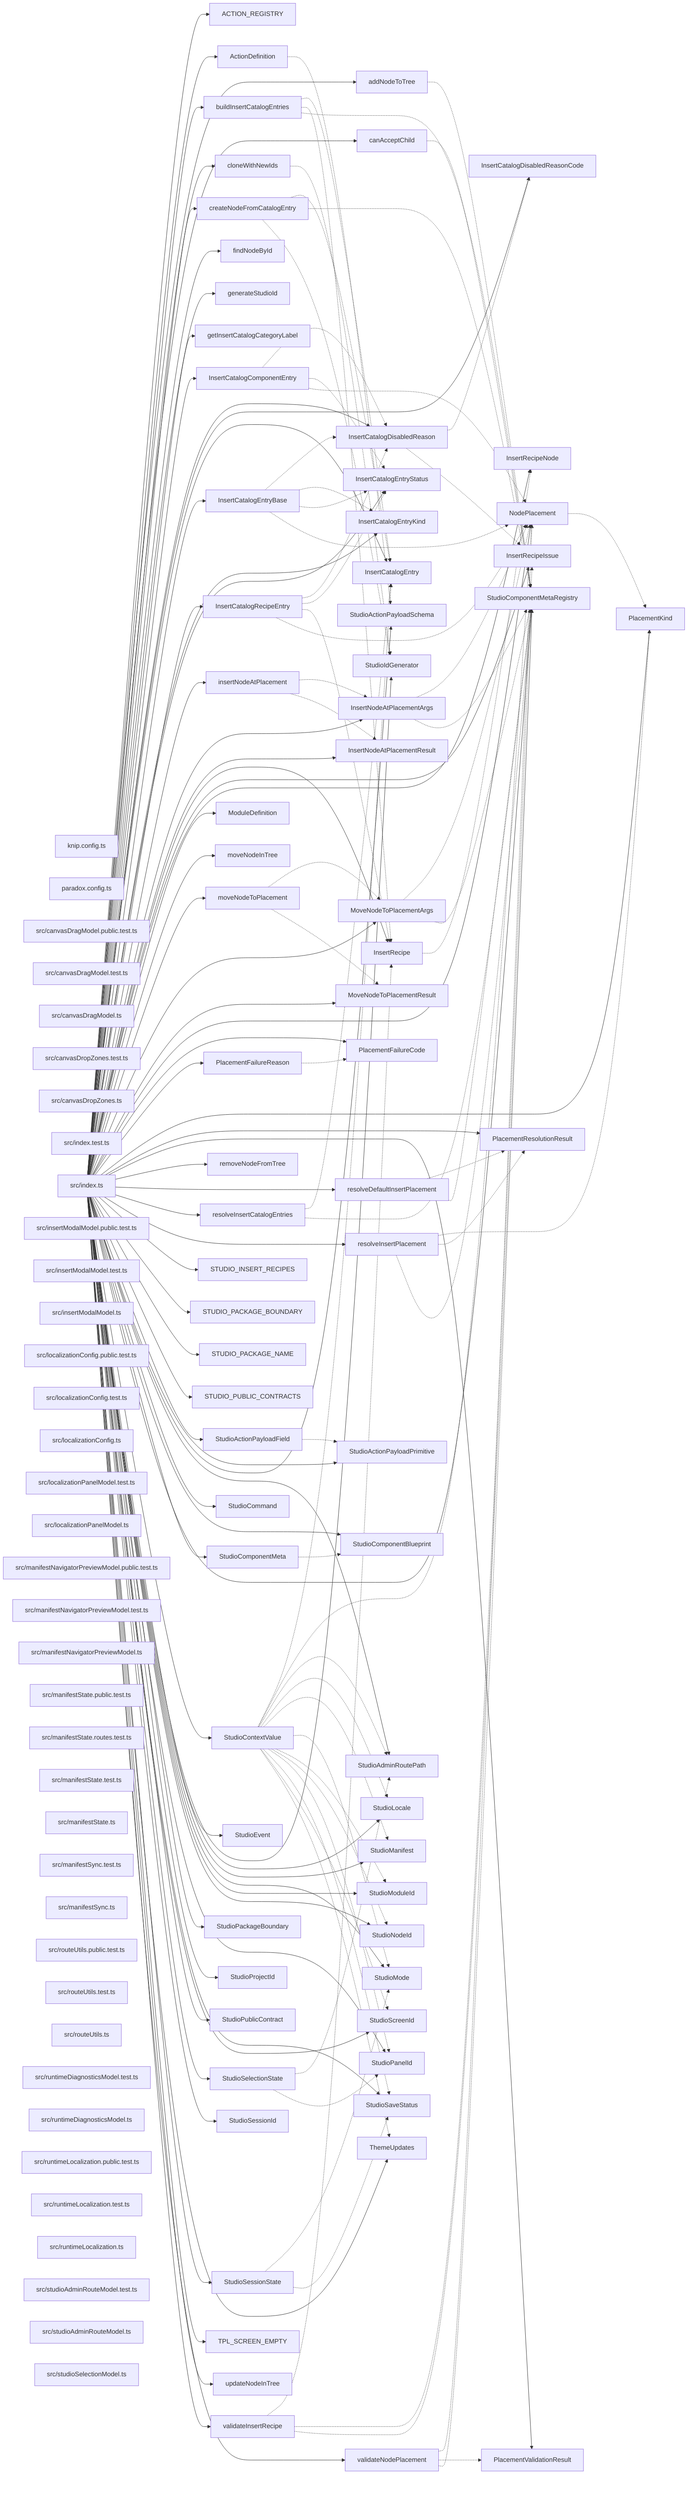
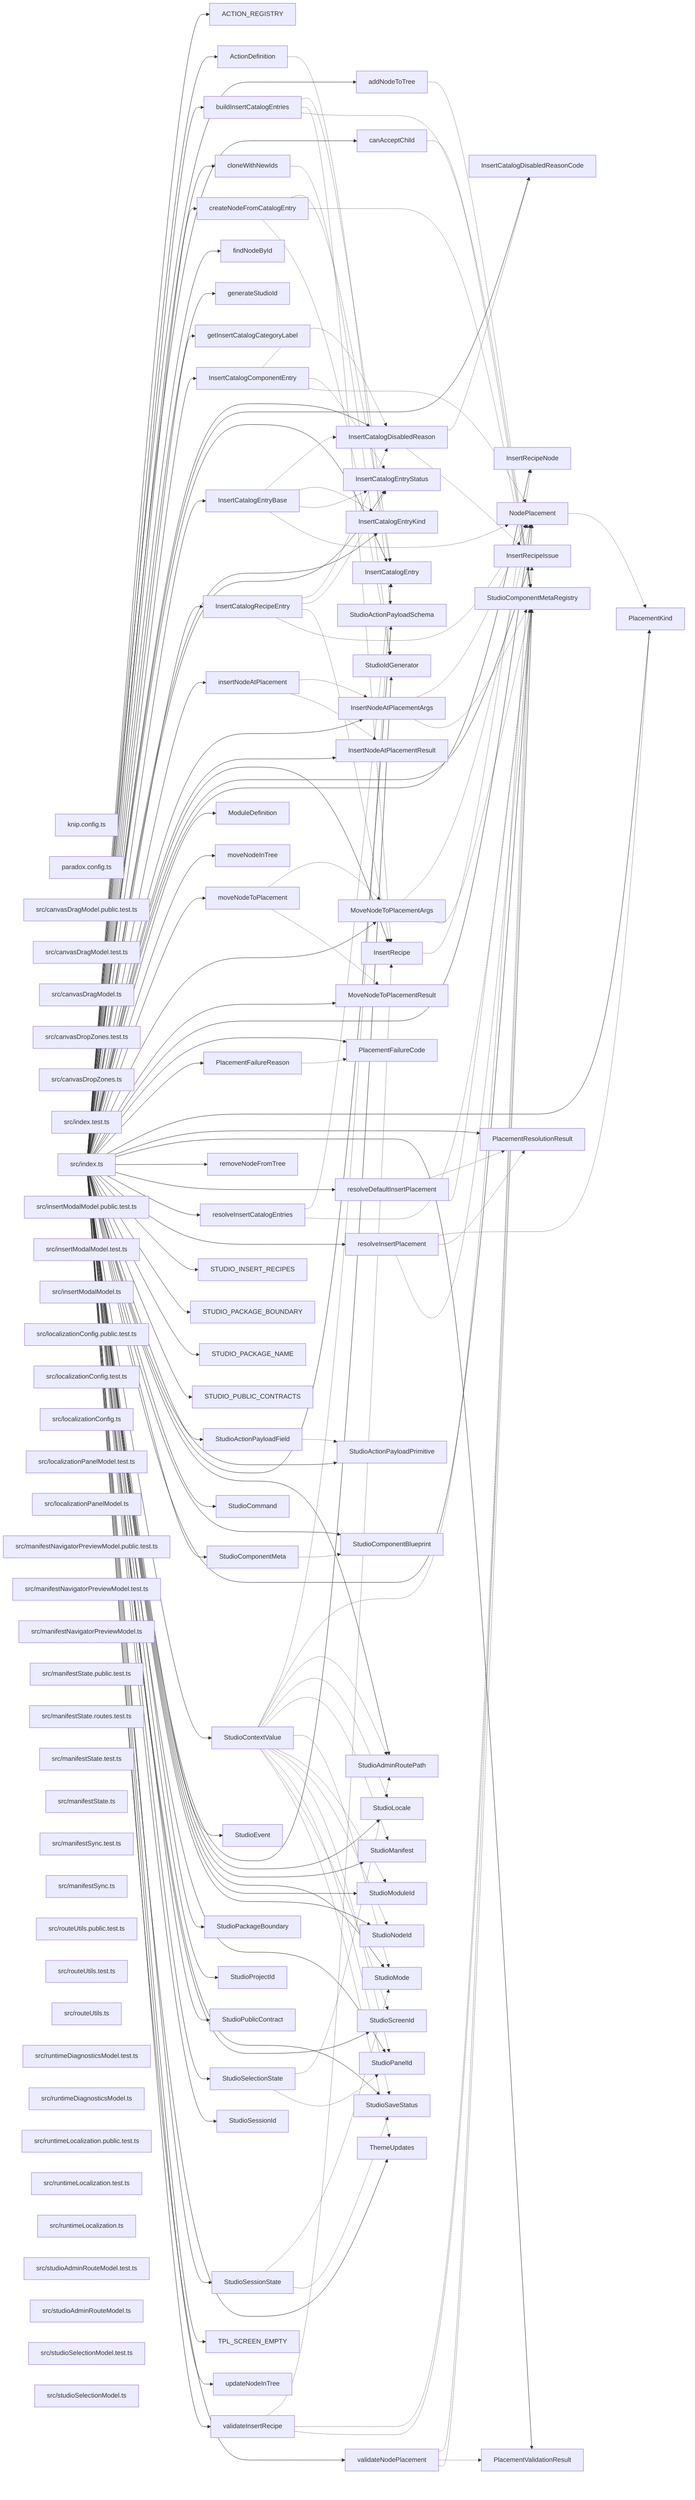
graph LR
  module_knip_config_ts["knip.config.ts"]
  module_paradox_config_ts["paradox.config.ts"]
  module_src_canvasDragModel_public_test_ts["src/canvasDragModel.public.test.ts"]
  module_src_canvasDragModel_test_ts["src/canvasDragModel.test.ts"]
  module_src_canvasDragModel_ts["src/canvasDragModel.ts"]
  module_src_canvasDropZones_test_ts["src/canvasDropZones.test.ts"]
  module_src_canvasDropZones_ts["src/canvasDropZones.ts"]
  module_src_index_test_ts["src/index.test.ts"]
  module_src_index_ts["src/index.ts"]
  module_src_insertModalModel_public_test_ts["src/insertModalModel.public.test.ts"]
  module_src_insertModalModel_test_ts["src/insertModalModel.test.ts"]
  module_src_insertModalModel_ts["src/insertModalModel.ts"]
  module_src_localizationConfig_public_test_ts["src/localizationConfig.public.test.ts"]
  module_src_localizationConfig_test_ts["src/localizationConfig.test.ts"]
  module_src_localizationConfig_ts["src/localizationConfig.ts"]
  module_src_localizationPanelModel_test_ts["src/localizationPanelModel.test.ts"]
  module_src_localizationPanelModel_ts["src/localizationPanelModel.ts"]
  module_src_manifestNavigatorPreviewModel_public_test_ts["src/manifestNavigatorPreviewModel.public.test.ts"]
  module_src_manifestNavigatorPreviewModel_test_ts["src/manifestNavigatorPreviewModel.test.ts"]
  module_src_manifestNavigatorPreviewModel_ts["src/manifestNavigatorPreviewModel.ts"]
  module_src_manifestState_public_test_ts["src/manifestState.public.test.ts"]
  module_src_manifestState_routes_test_ts["src/manifestState.routes.test.ts"]
  module_src_manifestState_test_ts["src/manifestState.test.ts"]
  module_src_manifestState_ts["src/manifestState.ts"]
  module_src_manifestSync_test_ts["src/manifestSync.test.ts"]
  module_src_manifestSync_ts["src/manifestSync.ts"]
  module_src_routeUtils_public_test_ts["src/routeUtils.public.test.ts"]
  module_src_routeUtils_test_ts["src/routeUtils.test.ts"]
  module_src_routeUtils_ts["src/routeUtils.ts"]
  module_src_runtimeDiagnosticsModel_test_ts["src/runtimeDiagnosticsModel.test.ts"]
  module_src_runtimeDiagnosticsModel_ts["src/runtimeDiagnosticsModel.ts"]
  module_src_runtimeLocalization_public_test_ts["src/runtimeLocalization.public.test.ts"]
  module_src_runtimeLocalization_test_ts["src/runtimeLocalization.test.ts"]
  module_src_runtimeLocalization_ts["src/runtimeLocalization.ts"]
  module_src_studioAdminRouteModel_test_ts["src/studioAdminRouteModel.test.ts"]
  module_src_studioAdminRouteModel_ts["src/studioAdminRouteModel.ts"]
+   module_src_studioSelectionModel_test_ts["src/studioSelectionModel.test.ts"]
  module_src_studioSelectionModel_ts["src/studioSelectionModel.ts"]
  export_ACTION_REGISTRY["ACTION_REGISTRY"]
  module_src_index_ts --> export_ACTION_REGISTRY
  export_ActionDefinition["ActionDefinition"]
  module_src_index_ts --> export_ActionDefinition
  export_ActionDefinition -.-> export_StudioActionPayloadSchema
  export_addNodeToTree["addNodeToTree"]
  module_src_index_ts --> export_addNodeToTree
  export_addNodeToTree -.-> export_StudioComponentMetaRegistry
  export_buildInsertCatalogEntries["buildInsertCatalogEntries"]
  module_src_index_ts --> export_buildInsertCatalogEntries
  export_buildInsertCatalogEntries -.-> export_InsertCatalogEntry
  export_buildInsertCatalogEntries -.-> export_InsertRecipe
  export_buildInsertCatalogEntries -.-> export_StudioComponentMetaRegistry
  export_canAcceptChild["canAcceptChild"]
  module_src_index_ts --> export_canAcceptChild
  export_canAcceptChild -.-> export_StudioComponentMetaRegistry
  export_cloneWithNewIds["cloneWithNewIds"]
  module_src_index_ts --> export_cloneWithNewIds
  export_cloneWithNewIds -.-> export_StudioIdGenerator
  export_createNodeFromCatalogEntry["createNodeFromCatalogEntry"]
  module_src_index_ts --> export_createNodeFromCatalogEntry
  export_createNodeFromCatalogEntry -.-> export_InsertCatalogEntry
  export_createNodeFromCatalogEntry -.-> export_StudioComponentMetaRegistry
  export_createNodeFromCatalogEntry -.-> export_StudioIdGenerator
  export_findNodeById["findNodeById"]
  module_src_index_ts --> export_findNodeById
  export_generateStudioId["generateStudioId"]
  module_src_index_ts --> export_generateStudioId
  export_getInsertCatalogCategoryLabel["getInsertCatalogCategoryLabel"]
  module_src_index_ts --> export_getInsertCatalogCategoryLabel
  export_InsertCatalogComponentEntry["InsertCatalogComponentEntry"]
  module_src_index_ts --> export_InsertCatalogComponentEntry
  export_InsertCatalogComponentEntry -.-> export_InsertCatalogDisabledReason
  export_InsertCatalogComponentEntry -.-> export_InsertCatalogEntryStatus
  export_InsertCatalogComponentEntry -.-> export_NodePlacement
  export_InsertCatalogDisabledReason["InsertCatalogDisabledReason"]
  module_src_index_ts --> export_InsertCatalogDisabledReason
  export_InsertCatalogDisabledReason -.-> export_InsertCatalogDisabledReasonCode
  export_InsertCatalogDisabledReason -.-> export_InsertRecipeIssue
  export_InsertCatalogDisabledReasonCode["InsertCatalogDisabledReasonCode"]
  module_src_index_ts --> export_InsertCatalogDisabledReasonCode
  export_InsertCatalogEntry["InsertCatalogEntry"]
  module_src_index_ts --> export_InsertCatalogEntry
  export_InsertCatalogEntryBase["InsertCatalogEntryBase"]
  module_src_index_ts --> export_InsertCatalogEntryBase
  export_InsertCatalogEntryBase -.-> export_InsertCatalogDisabledReason
  export_InsertCatalogEntryBase -.-> export_InsertCatalogEntryKind
  export_InsertCatalogEntryBase -.-> export_InsertCatalogEntryStatus
  export_InsertCatalogEntryBase -.-> export_NodePlacement
  export_InsertCatalogEntryKind["InsertCatalogEntryKind"]
  module_src_index_ts --> export_InsertCatalogEntryKind
  export_InsertCatalogEntryStatus["InsertCatalogEntryStatus"]
  module_src_index_ts --> export_InsertCatalogEntryStatus
  export_InsertCatalogRecipeEntry["InsertCatalogRecipeEntry"]
  module_src_index_ts --> export_InsertCatalogRecipeEntry
  export_InsertCatalogRecipeEntry -.-> export_InsertCatalogDisabledReason
  export_InsertCatalogRecipeEntry -.-> export_InsertCatalogEntryStatus
  export_InsertCatalogRecipeEntry -.-> export_InsertRecipe
  export_InsertCatalogRecipeEntry -.-> export_NodePlacement
  export_insertNodeAtPlacement["insertNodeAtPlacement"]
  module_src_index_ts --> export_insertNodeAtPlacement
  export_insertNodeAtPlacement -.-> export_InsertNodeAtPlacementArgs
  export_insertNodeAtPlacement -.-> export_InsertNodeAtPlacementResult
  export_InsertNodeAtPlacementArgs["InsertNodeAtPlacementArgs"]
  module_src_index_ts --> export_InsertNodeAtPlacementArgs
  export_InsertNodeAtPlacementArgs -.-> export_NodePlacement
  export_InsertNodeAtPlacementArgs -.-> export_StudioComponentMetaRegistry
  export_InsertNodeAtPlacementResult["InsertNodeAtPlacementResult"]
  module_src_index_ts --> export_InsertNodeAtPlacementResult
  export_InsertRecipe["InsertRecipe"]
  module_src_index_ts --> export_InsertRecipe
  export_InsertRecipe -.-> export_InsertRecipeNode
  export_InsertRecipeIssue["InsertRecipeIssue"]
  module_src_index_ts --> export_InsertRecipeIssue
  export_InsertRecipeNode["InsertRecipeNode"]
  module_src_index_ts --> export_InsertRecipeNode
  export_ModuleDefinition["ModuleDefinition"]
  module_src_index_ts --> export_ModuleDefinition
  export_moveNodeInTree["moveNodeInTree"]
  module_src_index_ts --> export_moveNodeInTree
  export_moveNodeToPlacement["moveNodeToPlacement"]
  module_src_index_ts --> export_moveNodeToPlacement
  export_moveNodeToPlacement -.-> export_MoveNodeToPlacementArgs
  export_moveNodeToPlacement -.-> export_MoveNodeToPlacementResult
  export_MoveNodeToPlacementArgs["MoveNodeToPlacementArgs"]
  module_src_index_ts --> export_MoveNodeToPlacementArgs
  export_MoveNodeToPlacementArgs -.-> export_NodePlacement
  export_MoveNodeToPlacementArgs -.-> export_StudioComponentMetaRegistry
  export_MoveNodeToPlacementResult["MoveNodeToPlacementResult"]
  module_src_index_ts --> export_MoveNodeToPlacementResult
  export_NodePlacement["NodePlacement"]
  module_src_index_ts --> export_NodePlacement
  export_NodePlacement -.-> export_PlacementKind
  export_PlacementFailureCode["PlacementFailureCode"]
  module_src_index_ts --> export_PlacementFailureCode
  export_PlacementFailureReason["PlacementFailureReason"]
  module_src_index_ts --> export_PlacementFailureReason
  export_PlacementFailureReason -.-> export_PlacementFailureCode
  export_PlacementKind["PlacementKind"]
  module_src_index_ts --> export_PlacementKind
  export_PlacementResolutionResult["PlacementResolutionResult"]
  module_src_index_ts --> export_PlacementResolutionResult
  export_PlacementValidationResult["PlacementValidationResult"]
  module_src_index_ts --> export_PlacementValidationResult
  export_removeNodeFromTree["removeNodeFromTree"]
  module_src_index_ts --> export_removeNodeFromTree
  export_resolveDefaultInsertPlacement["resolveDefaultInsertPlacement"]
  module_src_index_ts --> export_resolveDefaultInsertPlacement
  export_resolveDefaultInsertPlacement -.-> export_PlacementResolutionResult
  export_resolveDefaultInsertPlacement -.-> export_StudioComponentMetaRegistry
  export_resolveInsertCatalogEntries["resolveInsertCatalogEntries"]
  module_src_index_ts --> export_resolveInsertCatalogEntries
  export_resolveInsertCatalogEntries -.-> export_InsertCatalogEntry
  export_resolveInsertCatalogEntries -.-> export_StudioComponentMetaRegistry
  export_resolveInsertPlacement["resolveInsertPlacement"]
  module_src_index_ts --> export_resolveInsertPlacement
  export_resolveInsertPlacement -.-> export_PlacementKind
  export_resolveInsertPlacement -.-> export_PlacementResolutionResult
  export_resolveInsertPlacement -.-> export_StudioComponentMetaRegistry
  export_STUDIO_INSERT_RECIPES["STUDIO_INSERT_RECIPES"]
  module_src_index_ts --> export_STUDIO_INSERT_RECIPES
  export_STUDIO_PACKAGE_BOUNDARY["STUDIO_PACKAGE_BOUNDARY"]
  module_src_index_ts --> export_STUDIO_PACKAGE_BOUNDARY
  export_STUDIO_PACKAGE_NAME["STUDIO_PACKAGE_NAME"]
  module_src_index_ts --> export_STUDIO_PACKAGE_NAME
  export_STUDIO_PUBLIC_CONTRACTS["STUDIO_PUBLIC_CONTRACTS"]
  module_src_index_ts --> export_STUDIO_PUBLIC_CONTRACTS
  export_StudioActionPayloadField["StudioActionPayloadField"]
  module_src_index_ts --> export_StudioActionPayloadField
  export_StudioActionPayloadField -.-> export_StudioActionPayloadPrimitive
  export_StudioActionPayloadPrimitive["StudioActionPayloadPrimitive"]
  module_src_index_ts --> export_StudioActionPayloadPrimitive
  export_StudioActionPayloadSchema["StudioActionPayloadSchema"]
  module_src_index_ts --> export_StudioActionPayloadSchema
  export_StudioAdminRoutePath["StudioAdminRoutePath"]
  module_src_index_ts --> export_StudioAdminRoutePath
  export_StudioCommand["StudioCommand"]
  module_src_index_ts --> export_StudioCommand
  export_StudioComponentBlueprint["StudioComponentBlueprint"]
  module_src_index_ts --> export_StudioComponentBlueprint
  export_StudioComponentMeta["StudioComponentMeta"]
  module_src_index_ts --> export_StudioComponentMeta
  export_StudioComponentMeta -.-> export_StudioComponentBlueprint
  export_StudioComponentMetaRegistry["StudioComponentMetaRegistry"]
  module_src_index_ts --> export_StudioComponentMetaRegistry
  export_StudioContextValue["StudioContextValue"]
  module_src_index_ts --> export_StudioContextValue
  export_StudioContextValue -.-> export_InsertCatalogEntry
  export_StudioContextValue -.-> export_NodePlacement
  export_StudioContextValue -.-> export_StudioAdminRoutePath
  export_StudioContextValue -.-> export_StudioLocale
  export_StudioContextValue -.-> export_StudioManifest
  export_StudioContextValue -.-> export_StudioMode
  export_StudioContextValue -.-> export_StudioModuleId
  export_StudioContextValue -.-> export_StudioNodeId
  export_StudioContextValue -.-> export_StudioPanelId
  export_StudioContextValue -.-> export_StudioSaveStatus
  export_StudioContextValue -.-> export_StudioScreenId
  export_StudioContextValue -.-> export_ThemeUpdates
  export_StudioEvent["StudioEvent"]
  module_src_index_ts --> export_StudioEvent
  export_StudioIdGenerator["StudioIdGenerator"]
  module_src_index_ts --> export_StudioIdGenerator
  export_StudioLocale["StudioLocale"]
  module_src_index_ts --> export_StudioLocale
  export_StudioManifest["StudioManifest"]
  module_src_index_ts --> export_StudioManifest
  export_StudioMode["StudioMode"]
  module_src_index_ts --> export_StudioMode
  export_StudioModuleId["StudioModuleId"]
  module_src_index_ts --> export_StudioModuleId
  export_StudioNodeId["StudioNodeId"]
  module_src_index_ts --> export_StudioNodeId
  export_StudioPackageBoundary["StudioPackageBoundary"]
  module_src_index_ts --> export_StudioPackageBoundary
  export_StudioPanelId["StudioPanelId"]
  module_src_index_ts --> export_StudioPanelId
  export_StudioProjectId["StudioProjectId"]
  module_src_index_ts --> export_StudioProjectId
  export_StudioPublicContract["StudioPublicContract"]
  module_src_index_ts --> export_StudioPublicContract
  export_StudioSaveStatus["StudioSaveStatus"]
  module_src_index_ts --> export_StudioSaveStatus
  export_StudioScreenId["StudioScreenId"]
  module_src_index_ts --> export_StudioScreenId
  export_StudioSelectionState["StudioSelectionState"]
  module_src_index_ts --> export_StudioSelectionState
  export_StudioSelectionState -.-> export_StudioAdminRoutePath
  export_StudioSelectionState -.-> export_StudioPanelId
  export_StudioSessionId["StudioSessionId"]
  module_src_index_ts --> export_StudioSessionId
  export_StudioSessionState["StudioSessionState"]
  module_src_index_ts --> export_StudioSessionState
  export_StudioSessionState -.-> export_StudioMode
  export_StudioSessionState -.-> export_StudioSaveStatus
  export_ThemeUpdates["ThemeUpdates"]
  module_src_index_ts --> export_ThemeUpdates
  export_TPL_SCREEN_EMPTY["TPL_SCREEN_EMPTY"]
  module_src_index_ts --> export_TPL_SCREEN_EMPTY
  export_updateNodeInTree["updateNodeInTree"]
  module_src_index_ts --> export_updateNodeInTree
  export_validateInsertRecipe["validateInsertRecipe"]
  module_src_index_ts --> export_validateInsertRecipe
  export_validateInsertRecipe -.-> export_InsertRecipe
  export_validateInsertRecipe -.-> export_InsertRecipeIssue
  export_validateInsertRecipe -.-> export_StudioComponentMetaRegistry
  export_validateNodePlacement["validateNodePlacement"]
  module_src_index_ts --> export_validateNodePlacement
  export_validateNodePlacement -.-> export_NodePlacement
  export_validateNodePlacement -.-> export_PlacementValidationResult
  export_validateNodePlacement -.-> export_StudioComponentMetaRegistry
